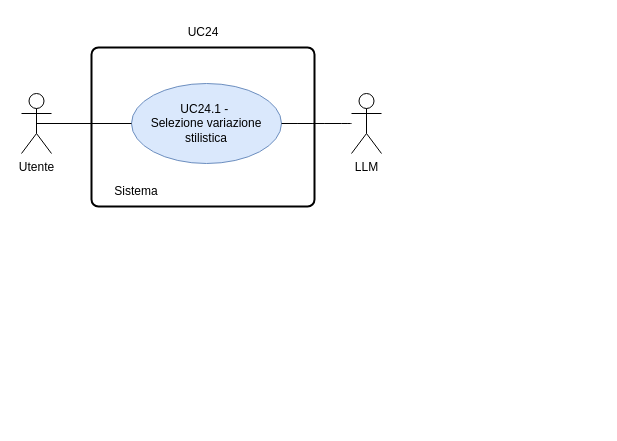
The draw.io diagram RTB/doc_esterna/analisi-dei-requisiti/assets/draw.io/UC24.1.drawio in thebitless-group-swe/thebitless.github.io, before the edit. Source tidied: cells renumbered, new cells numbered last; positions are measured from the earlier drawing's top-left corner, leaving out a move shared by most shapes. Both pictures are drawn from the tidied source at 100%, with x=0, y=0 at pixel (21, 17).
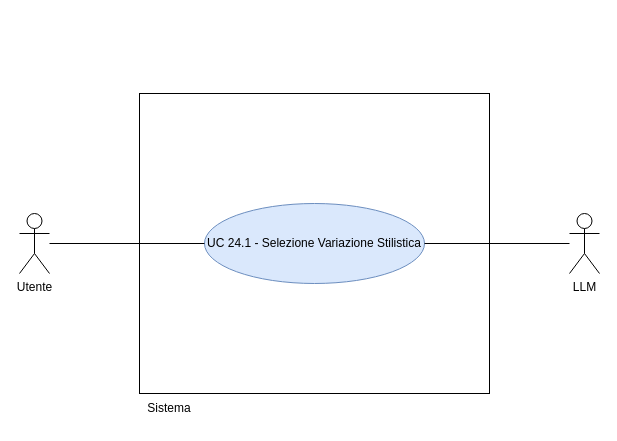
After the change.

What changed in the source:
```diff
@@
 <mxGraphModel>
   <root>
     <mxCell id="0" />
     <mxCell id="1" parent="0" />
-    <mxCell id="2" style="rounded=1;whiteSpace=wrap;html=1;absoluteArcSize=1;arcSize=14;strokeWidth=2;" parent="1" vertex="1">
-      <mxGeometry x="70" y="30" width="223" height="159" as="geometry" />
-    </mxCell>
     <mxCell id="3" value="Utente" style="shape=umlActor;verticalLabelPosition=bottom;verticalAlign=top;html=1;outlineConnect=0;" parent="1" vertex="1">
-      <mxGeometry y="76" width="30" height="60" as="geometry" />
+      <mxGeometry x="-2" y="196" width="30" height="60" as="geometry" />
     </mxCell>
+    <mxCell id="9" value="LLM" style="shape=umlActor;verticalLabelPosition=bottom;verticalAlign=top;html=1;outlineConnect=0;" parent="1" vertex="1">
+      <mxGeometry x="548" y="196" width="30" height="60" as="geometry" />
+    </mxCell>
+    <mxCell id="10" style="whiteSpace=wrap;html=1;" parent="1" vertex="1">
+      <mxGeometry x="118" y="76" width="350" height="300" as="geometry" />
+    </mxCell>
     <mxCell id="4" value="Sistema" style="text;html=1;whiteSpace=wrap;strokeColor=none;fillColor=none;align=center;verticalAlign=middle;rounded=0;" parent="1" vertex="1">
-      <mxGeometry x="70" y="159" width="90" height="30" as="geometry" />
+      <mxGeometry x="118" y="376" width="60" height="30" as="geometry" />
     </mxCell>
-    <mxCell id="5" value="UC24.1 -&amp;nbsp;&lt;div&gt;Selezione variazione stilistica&lt;/div&gt;" style="ellipse;whiteSpace=wrap;html=1;fillColor=#dae8fc;strokeColor=#6c8ebf;" parent="1" vertex="1">
-      <mxGeometry x="110" y="66" width="150" height="80" as="geometry" />
-    </mxCell>
-    <mxCell id="6" style="endArrow=none;html=1;rounded=0;exitX=0.5;exitY=0.5;exitDx=0;exitDy=0;exitPerimeter=0;entryX=0;entryY=0.5;entryDx=0;entryDy=0;" parent="1" edge="1" source="3" target="5">
-      <mxGeometry relative="1" as="geometry" />
-    </mxCell>
-    <mxCell id="7" value="UC24" style="text;html=1;whiteSpace=wrap;strokeColor=none;fillColor=none;align=center;verticalAlign=middle;rounded=0;" parent="1" vertex="1">
-      <mxGeometry x="151.5" width="60" height="30" as="geometry" />
-    </mxCell>
-    <mxCell id="8" style="edgeStyle=none;curved=1;rounded=0;jettySize=auto;html=1;fontSize=12;startSize=8;endSize=8;endArrow=none;endFill=0;" parent="1" edge="1" source="9" target="5">
-      <mxGeometry relative="1" as="geometry" />
-    </mxCell>
-    <mxCell id="9" value="LLM" style="shape=umlActor;verticalLabelPosition=bottom;verticalAlign=top;html=1;outlineConnect=0;" parent="1" vertex="1">
-      <mxGeometry x="330" y="76" width="30" height="60" as="geometry" />
-    </mxCell>
+    <mxCell id="11" value="UC 24.1 - Selezione Variazione Stilistica" style="ellipse;whiteSpace=wrap;html=1;fillColor=#dae8fc;strokeColor=#6c8ebf;" parent="1" vertex="1">
+      <mxGeometry x="183" y="186" width="220" height="80" as="geometry" />
+    </mxCell>
+    <mxCell id="12" style="edgeStyle=none;rounded=0;jettySize=auto;html=1;endArrow=none;endFill=0;" parent="1" edge="1" source="3" target="11">
+      <mxGeometry relative="1" as="geometry" />
+    </mxCell>
+    <mxCell id="13" style="edgeStyle=none;rounded=0;jettySize=auto;html=1;endArrow=none;endFill=0;" parent="1" edge="1" source="9" target="11">
+      <mxGeometry relative="1" as="geometry" />
+    </mxCell>
   </root>
 </mxGraphModel>
```
